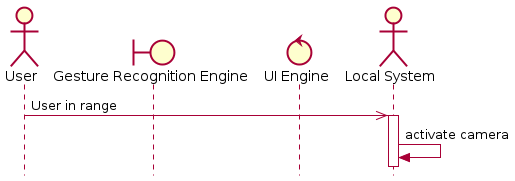
ElectroQuanta/MDO keeps this PlantUML diagram as Proj/diags/plantuml/seq-diag/output/interaction-mode.png. Above is the earlier version.
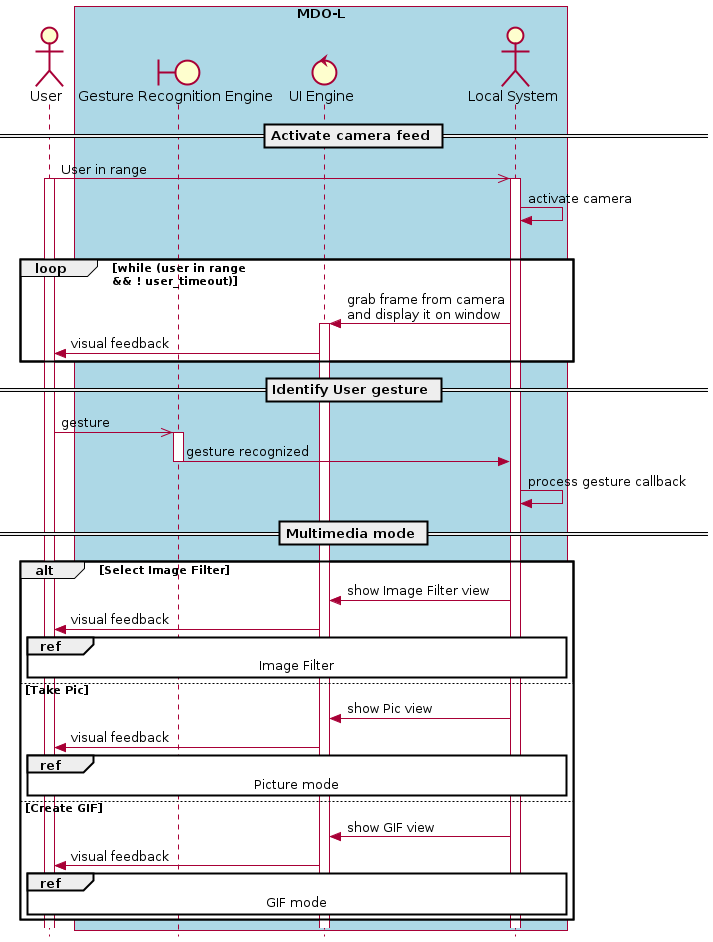
Above is the later version.

Commit message:
UPDT: local: seq-diag - interaction mode

The edit, as a diff of the source:
```diff
@@ -3,12 +3,47 @@
 hide footbox
 
 actor User
+box "MDO-L" #LightBlue
 boundary "Gesture Recognition Engine" as GRE
 control "UI Engine" as UIE
 actor "Local System" as LS
+endbox
 
+== Activate camera feed ==
 User ->> LS: User in range
+activate User
 activate LS
 LS -> LS: activate camera
 
+par
+    loop while (user in range \n&& ! user_timeout)
+        LS -> UIE: grab frame from camera \nand display it on window
+	  activate UIE
+	  UIE -> User: visual feedback
+    end
+
+== Identify User gesture ==
+User ->> GRE: gesture
+activate GRE
+GRE -> LS: gesture recognized
+deactivate GRE
+LS -> LS: process gesture callback
+== Multimedia mode ==
+alt Select Image Filter
+LS -> UIE: show Image Filter view
+UIE -> User: visual feedback
+ref over User, GRE, UIE, LS: Image Filter
+else Take Pic
+LS -> UIE: show Pic view
+UIE -> User: visual feedback
+ref over User, GRE, UIE, LS: Picture mode
+else Create GIF
+LS -> UIE: show GIF view
+UIE -> User: visual feedback
+ref over User, GRE, UIE, LS: GIF mode
+
+
+end
+
+
 @enduml
```
